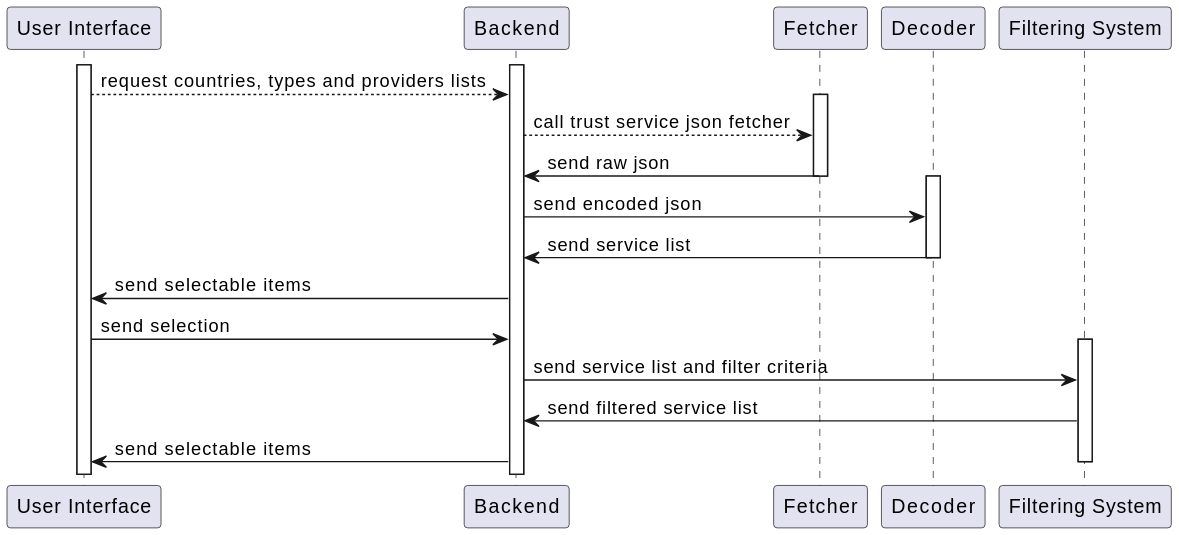
The PlantUML diagram documentation/behaviour/cross_subsytem/cross_subsystem_behaviour.svg in Geostartico/Trusted-list-browser, before a commit.
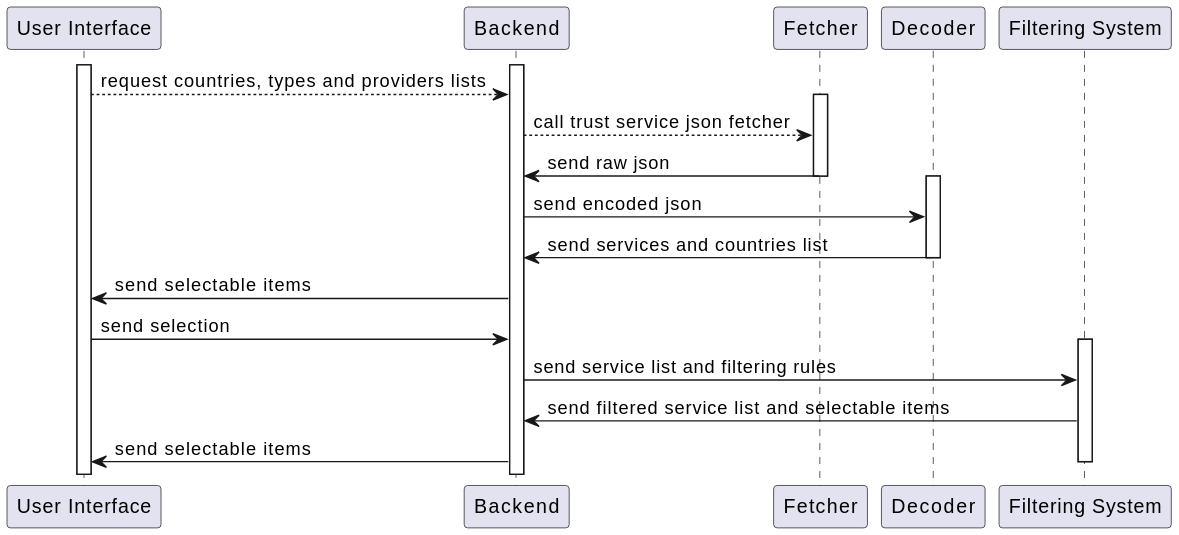
The same file after the commit.

Commit message:
updated cross-subsystem behaviour

What changed in the source:
```diff
@@ -9,14 +9,14 @@
 deactivate "Fetcher"
 activate "Decoder"
 "Backend" -> "Decoder": send encoded json
-"Decoder" -> "Backend": send service list
+"Decoder" -> "Backend": send services and countries list
 deactivate "Decoder"
 
 "Backend" -> "User Interface": send selectable items
 "User Interface" -> "Backend": send selection
 activate "Filtering System"
-"Backend" -> "Filtering System": send service list and filter criteria
-"Filtering System" -> "Backend": send filtered service list
+"Backend" -> "Filtering System": send service list and filtering rules
+"Filtering System" -> "Backend": send filtered service list and selectable items
 "Backend" -> "User Interface": send selectable items
 deactivate "Filtering System"
 @enduml
```
